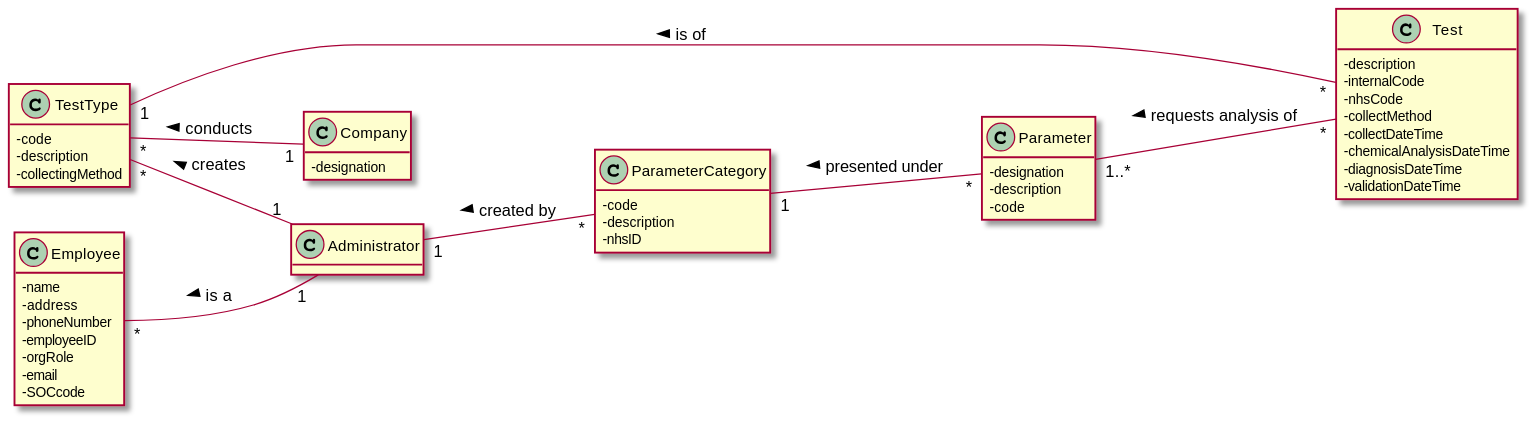
The PlantUML diagram docs/SprintB/US09/US09-MD.svg in 0franciscor/lei-21-s2-1de-g19, before a commit.
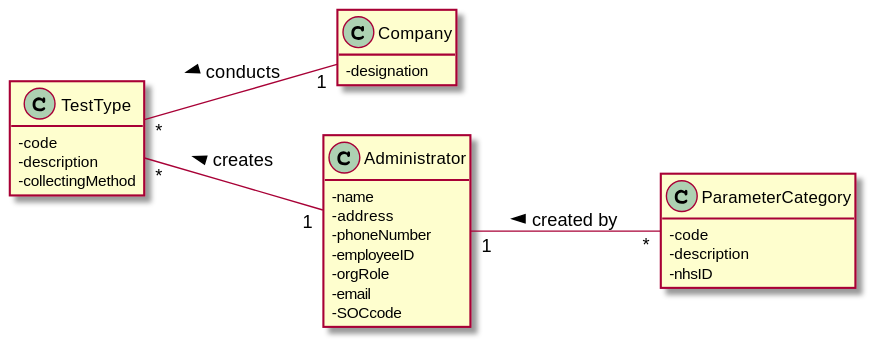
After the commit.

What changed in the source:
```diff
@@ -3,22 +3,11 @@
 left to right direction
 
 class Company
-class Employee
 class Administrator
 class ParameterCategory
-class Parameter
 class TestType
-class Test
-
-Employee "*" -- "1" Administrator : < is a
-
-ParameterCategory "1" -- "*" Parameter : < presented under
-
-Parameter "1..*" -- "*" Test : < requests analysis of
 
 TestType "*" -- "1" Company : < conducts
-
-TestType "1" -- "*" Test: < is of
 
 TestType "*" -- "1" Administrator : < creates
 
@@ -30,7 +19,7 @@
 -designation
 }
 
-class Employee{
+class Administrator{
 -name
 -address
 -phoneNumber
@@ -40,19 +29,10 @@
 -SOCcode
 }
 
-class Administrator{
-}
-
 class ParameterCategory{
 -code
 -description
 -nhsID
-}
-
-class Parameter{
--designation
--description
--code
 }
 
 class TestType{
@@ -61,15 +41,4 @@
 -collectingMethod
 }
 
-class Test{
--description
--internalCode
--nhsCode
--collectMethod
--collectDateTime
--chemicalAnalysisDateTime
--diagnosisDateTime
--validationDateTime
-}
-
 @enduml
```
